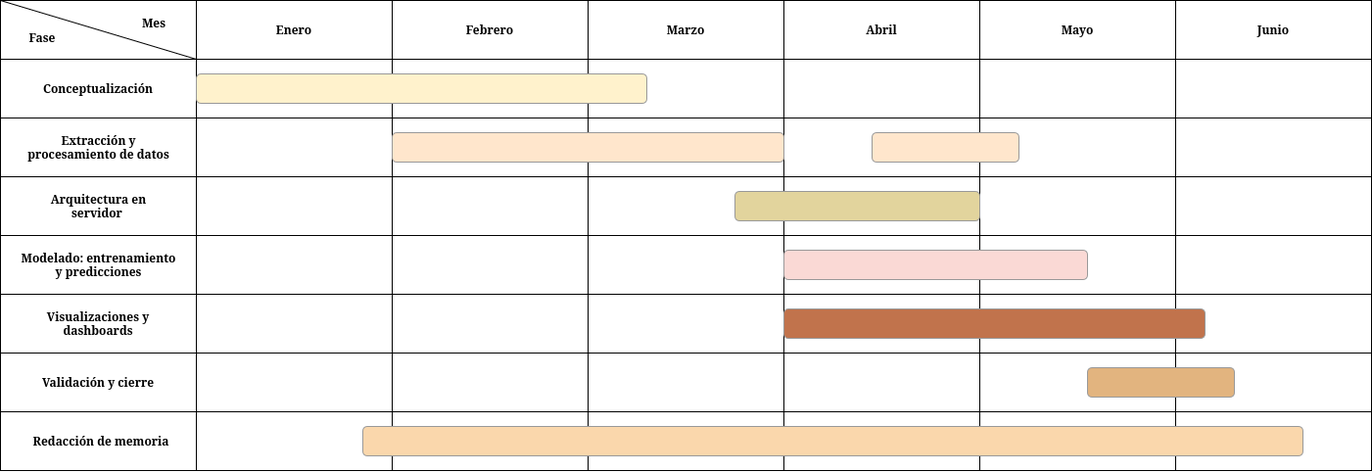
Above: memoria/img/[implem]diagrama_gantt.png in PPardodatasc/PPG-TFG-URJC (draw.io), before the change. Source tidied: cells renumbered, new cells last; positions are measured from the earlier drawing's top-left corner, leaving out a move shared by most shapes. Source of this version:
```xml
<mxGraphModel>
  <root>
    <mxCell id="0" />
    <mxCell id="1" parent="0" />
    <mxCell id="2" style="rounded=0;whiteSpace=wrap;html=1;fontFamily=Lucida Console;" parent="1" vertex="1">
      <mxGeometry y="60" width="200" height="60" as="geometry" />
    </mxCell>
    <mxCell id="3" style="rounded=0;whiteSpace=wrap;html=1;fontFamily=Lucida Console;" parent="1" vertex="1">
      <mxGeometry y="120" width="200" height="60" as="geometry" />
    </mxCell>
    <mxCell id="4" style="rounded=0;whiteSpace=wrap;html=1;fontFamily=Lucida Console;" parent="1" vertex="1">
      <mxGeometry y="180" width="200" height="60" as="geometry" />
    </mxCell>
    <mxCell id="5" style="rounded=0;whiteSpace=wrap;html=1;fontFamily=Lucida Console;" parent="1" vertex="1">
      <mxGeometry y="240" width="200" height="60" as="geometry" />
    </mxCell>
    <mxCell id="6" value="Conceptualización" style="text;html=1;whiteSpace=wrap;strokeColor=none;fillColor=none;align=center;verticalAlign=middle;rounded=0;fontFamily=Lucida Console;fontStyle=1;" parent="1" vertex="1">
      <mxGeometry x="27" y="75" width="146" height="30" as="geometry" />
    </mxCell>
    <mxCell id="7" value="&lt;div&gt;Extracción y procesamiento de datos&lt;/div&gt;" style="text;html=1;whiteSpace=wrap;strokeColor=none;fillColor=none;align=center;verticalAlign=middle;rounded=0;fontFamily=Lucida Console;fontStyle=1;" parent="1" vertex="1">
      <mxGeometry x="23.5" y="135" width="153" height="30" as="geometry" />
    </mxCell>
    <mxCell id="8" value="&lt;div&gt;Arquitectura en servidor&amp;nbsp;&lt;/div&gt;" style="text;html=1;whiteSpace=wrap;strokeColor=none;fillColor=none;align=center;verticalAlign=middle;rounded=0;fontFamily=Lucida Console;fontStyle=1;" parent="1" vertex="1">
      <mxGeometry x="23.5" y="195" width="153" height="30" as="geometry" />
    </mxCell>
    <mxCell id="9" style="rounded=0;whiteSpace=wrap;html=1;fontFamily=Lucida Console;" parent="1" vertex="1">
      <mxGeometry y="300" width="200" height="60" as="geometry" />
    </mxCell>
    <mxCell id="10" style="rounded=0;whiteSpace=wrap;html=1;fontFamily=Lucida Console;" parent="1" vertex="1">
      <mxGeometry width="200" height="60" as="geometry" />
    </mxCell>
    <mxCell id="11" value="Enero" style="rounded=0;whiteSpace=wrap;html=1;fontFamily=Lucida Console;fontStyle=1;" parent="1" vertex="1">
      <mxGeometry x="200" width="200" height="60" as="geometry" />
    </mxCell>
    <mxCell id="12" value="Febrero" style="rounded=0;whiteSpace=wrap;html=1;fontFamily=Lucida Console;fontStyle=1;" parent="1" vertex="1">
      <mxGeometry x="400" width="200" height="60" as="geometry" />
    </mxCell>
    <mxCell id="13" value="Marzo" style="rounded=0;whiteSpace=wrap;html=1;fontFamily=Lucida Console;fontStyle=1;" parent="1" vertex="1">
      <mxGeometry x="600" width="200" height="60" as="geometry" />
    </mxCell>
    <mxCell id="14" value="Abril" style="rounded=0;whiteSpace=wrap;html=1;fontFamily=Lucida Console;fontStyle=1;" parent="1" vertex="1">
      <mxGeometry x="800" width="200" height="60" as="geometry" />
    </mxCell>
    <mxCell id="15" value="Mayo" style="rounded=0;whiteSpace=wrap;html=1;fontFamily=Lucida Console;fontStyle=1;" parent="1" vertex="1">
      <mxGeometry x="1000" width="200" height="60" as="geometry" />
    </mxCell>
    <mxCell id="16" value="Junio" style="rounded=0;whiteSpace=wrap;html=1;fontFamily=Lucida Console;fontStyle=1;" parent="1" vertex="1">
      <mxGeometry x="1200" width="200" height="60" as="geometry" />
    </mxCell>
    <mxCell id="17" style="endArrow=none;html=1;rounded=0;exitX=0;exitY=0;exitDx=0;exitDy=0;entryX=1;entryY=0;entryDx=0;entryDy=0;fontFamily=Lucida Console;" parent="1" edge="1" source="10" target="2">
      <mxGeometry relative="1" as="geometry" />
    </mxCell>
    <mxCell id="18" value="&lt;span&gt;Fase&lt;/span&gt;" style="text;html=1;whiteSpace=wrap;strokeColor=none;fillColor=none;align=center;verticalAlign=middle;rounded=0;fontFamily=Lucida Console;fontStyle=1;" parent="1" vertex="1">
      <mxGeometry x="13" y="23" width="60" height="30" as="geometry" />
    </mxCell>
    <mxCell id="19" value="&lt;span&gt;Mes&lt;/span&gt;" style="text;html=1;whiteSpace=wrap;strokeColor=none;fillColor=none;align=center;verticalAlign=middle;rounded=0;fontFamily=Lucida Console;fontStyle=1;" parent="1" vertex="1">
      <mxGeometry x="127" y="8" width="60" height="30" as="geometry" />
    </mxCell>
    <mxCell id="20" style="rounded=0;whiteSpace=wrap;html=1;fontFamily=Lucida Console;" parent="1" vertex="1">
      <mxGeometry x="200" y="60" width="200" height="60" as="geometry" />
    </mxCell>
    <mxCell id="21" style="rounded=0;whiteSpace=wrap;html=1;fontFamily=Lucida Console;" parent="1" vertex="1">
      <mxGeometry x="200" y="120" width="200" height="60" as="geometry" />
    </mxCell>
    <mxCell id="22" style="rounded=0;whiteSpace=wrap;html=1;fontFamily=Lucida Console;" parent="1" vertex="1">
      <mxGeometry x="200" y="180" width="200" height="60" as="geometry" />
    </mxCell>
    <mxCell id="23" style="rounded=0;whiteSpace=wrap;html=1;fontFamily=Lucida Console;" parent="1" vertex="1">
      <mxGeometry x="200" y="240" width="200" height="60" as="geometry" />
    </mxCell>
    <mxCell id="24" style="rounded=0;whiteSpace=wrap;html=1;fontFamily=Lucida Console;" parent="1" vertex="1">
      <mxGeometry x="200" y="300" width="200" height="60" as="geometry" />
    </mxCell>
    <mxCell id="25" style="rounded=0;whiteSpace=wrap;html=1;fontFamily=Lucida Console;" parent="1" vertex="1">
      <mxGeometry x="400" y="60" width="200" height="60" as="geometry" />
    </mxCell>
    <mxCell id="26" style="rounded=0;whiteSpace=wrap;html=1;fontFamily=Lucida Console;" parent="1" vertex="1">
      <mxGeometry x="400" y="120" width="200" height="60" as="geometry" />
    </mxCell>
    <mxCell id="27" style="rounded=0;whiteSpace=wrap;html=1;fontFamily=Lucida Console;" parent="1" vertex="1">
      <mxGeometry x="400" y="180" width="200" height="60" as="geometry" />
    </mxCell>
    <mxCell id="28" style="rounded=0;whiteSpace=wrap;html=1;fontFamily=Lucida Console;" parent="1" vertex="1">
      <mxGeometry x="400" y="240" width="200" height="60" as="geometry" />
    </mxCell>
    <mxCell id="29" style="rounded=0;whiteSpace=wrap;html=1;fontFamily=Lucida Console;" parent="1" vertex="1">
      <mxGeometry x="400" y="300" width="200" height="60" as="geometry" />
    </mxCell>
    <mxCell id="30" style="rounded=0;whiteSpace=wrap;html=1;fontFamily=Lucida Console;" parent="1" vertex="1">
      <mxGeometry x="600" y="60" width="200" height="60" as="geometry" />
    </mxCell>
    <mxCell id="31" style="rounded=0;whiteSpace=wrap;html=1;fontFamily=Lucida Console;" parent="1" vertex="1">
      <mxGeometry x="600" y="120" width="200" height="60" as="geometry" />
    </mxCell>
    <mxCell id="32" style="rounded=0;whiteSpace=wrap;html=1;fontFamily=Lucida Console;" parent="1" vertex="1">
      <mxGeometry x="600" y="180" width="200" height="60" as="geometry" />
    </mxCell>
    <mxCell id="33" style="rounded=0;whiteSpace=wrap;html=1;fontFamily=Lucida Console;" parent="1" vertex="1">
      <mxGeometry x="600" y="240" width="200" height="60" as="geometry" />
    </mxCell>
    <mxCell id="34" style="rounded=0;whiteSpace=wrap;html=1;fontFamily=Lucida Console;" parent="1" vertex="1">
      <mxGeometry x="600" y="300" width="200" height="60" as="geometry" />
    </mxCell>
    <mxCell id="35" style="rounded=0;whiteSpace=wrap;html=1;fontFamily=Lucida Console;" parent="1" vertex="1">
      <mxGeometry x="800" y="60" width="200" height="60" as="geometry" />
    </mxCell>
    <mxCell id="36" style="rounded=0;whiteSpace=wrap;html=1;fontFamily=Lucida Console;" parent="1" vertex="1">
      <mxGeometry x="800" y="120" width="200" height="60" as="geometry" />
    </mxCell>
    <mxCell id="37" style="rounded=0;whiteSpace=wrap;html=1;fontFamily=Lucida Console;" parent="1" vertex="1">
      <mxGeometry x="800" y="180" width="200" height="60" as="geometry" />
    </mxCell>
    <mxCell id="38" style="rounded=0;whiteSpace=wrap;html=1;fontFamily=Lucida Console;" parent="1" vertex="1">
      <mxGeometry x="800" y="240" width="200" height="60" as="geometry" />
    </mxCell>
    <mxCell id="39" style="rounded=0;whiteSpace=wrap;html=1;fontFamily=Lucida Console;" parent="1" vertex="1">
      <mxGeometry x="800" y="300" width="200" height="60" as="geometry" />
    </mxCell>
    <mxCell id="40" style="rounded=0;whiteSpace=wrap;html=1;fontFamily=Lucida Console;" parent="1" vertex="1">
      <mxGeometry x="1000" y="60" width="200" height="60" as="geometry" />
    </mxCell>
    <mxCell id="41" style="rounded=0;whiteSpace=wrap;html=1;fontFamily=Lucida Console;" parent="1" vertex="1">
      <mxGeometry x="1000" y="120" width="200" height="60" as="geometry" />
    </mxCell>
    <mxCell id="42" style="rounded=0;whiteSpace=wrap;html=1;fontFamily=Lucida Console;" parent="1" vertex="1">
      <mxGeometry x="1000" y="180" width="200" height="60" as="geometry" />
    </mxCell>
    <mxCell id="43" style="rounded=0;whiteSpace=wrap;html=1;fontFamily=Lucida Console;" parent="1" vertex="1">
      <mxGeometry x="1000" y="240" width="200" height="60" as="geometry" />
    </mxCell>
    <mxCell id="44" style="rounded=0;whiteSpace=wrap;html=1;fontFamily=Lucida Console;" parent="1" vertex="1">
      <mxGeometry x="1000" y="300" width="200" height="60" as="geometry" />
    </mxCell>
    <mxCell id="45" style="rounded=0;whiteSpace=wrap;html=1;fontFamily=Lucida Console;" parent="1" vertex="1">
      <mxGeometry x="1200" y="60" width="200" height="60" as="geometry" />
    </mxCell>
    <mxCell id="46" style="rounded=0;whiteSpace=wrap;html=1;fontFamily=Lucida Console;" parent="1" vertex="1">
      <mxGeometry x="1200" y="120" width="200" height="60" as="geometry" />
    </mxCell>
    <mxCell id="47" style="rounded=0;whiteSpace=wrap;html=1;fontFamily=Lucida Console;" parent="1" vertex="1">
      <mxGeometry x="1200" y="180" width="200" height="60" as="geometry" />
    </mxCell>
    <mxCell id="48" style="rounded=0;whiteSpace=wrap;html=1;fontFamily=Lucida Console;" parent="1" vertex="1">
      <mxGeometry x="1200" y="240" width="200" height="60" as="geometry" />
    </mxCell>
    <mxCell id="49" style="rounded=0;whiteSpace=wrap;html=1;fontFamily=Lucida Console;" parent="1" vertex="1">
      <mxGeometry x="1200" y="300" width="200" height="60" as="geometry" />
    </mxCell>
    <mxCell id="50" style="rounded=0;whiteSpace=wrap;html=1;fontFamily=Lucida Console;" parent="1" vertex="1">
      <mxGeometry y="360" width="200" height="60" as="geometry" />
    </mxCell>
    <mxCell id="51" style="rounded=0;whiteSpace=wrap;html=1;fontFamily=Lucida Console;" parent="1" vertex="1">
      <mxGeometry x="200" y="360" width="200" height="60" as="geometry" />
    </mxCell>
    <mxCell id="52" style="rounded=0;whiteSpace=wrap;html=1;fontFamily=Lucida Console;" parent="1" vertex="1">
      <mxGeometry x="400" y="360" width="200" height="60" as="geometry" />
    </mxCell>
    <mxCell id="53" style="rounded=0;whiteSpace=wrap;html=1;fontFamily=Lucida Console;" parent="1" vertex="1">
      <mxGeometry x="600" y="360" width="200" height="60" as="geometry" />
    </mxCell>
    <mxCell id="54" style="rounded=0;whiteSpace=wrap;html=1;fontFamily=Lucida Console;" parent="1" vertex="1">
      <mxGeometry x="800" y="360" width="200" height="60" as="geometry" />
    </mxCell>
    <mxCell id="55" style="rounded=0;whiteSpace=wrap;html=1;fontFamily=Lucida Console;" parent="1" vertex="1">
      <mxGeometry x="1000" y="360" width="200" height="60" as="geometry" />
    </mxCell>
    <mxCell id="56" style="rounded=0;whiteSpace=wrap;html=1;fontFamily=Lucida Console;" parent="1" vertex="1">
      <mxGeometry x="1200" y="360" width="200" height="60" as="geometry" />
    </mxCell>
    <mxCell id="57" style="rounded=0;whiteSpace=wrap;html=1;fontFamily=Lucida Console;" parent="1" vertex="1">
      <mxGeometry y="420" width="200" height="60" as="geometry" />
    </mxCell>
    <mxCell id="58" style="rounded=0;whiteSpace=wrap;html=1;fontFamily=Lucida Console;" parent="1" vertex="1">
      <mxGeometry x="200" y="420" width="200" height="60" as="geometry" />
    </mxCell>
    <mxCell id="59" style="rounded=0;whiteSpace=wrap;html=1;fontFamily=Lucida Console;" parent="1" vertex="1">
      <mxGeometry x="400" y="420" width="200" height="60" as="geometry" />
    </mxCell>
    <mxCell id="60" style="rounded=0;whiteSpace=wrap;html=1;fontFamily=Lucida Console;" parent="1" vertex="1">
      <mxGeometry x="600" y="420" width="200" height="60" as="geometry" />
    </mxCell>
    <mxCell id="61" style="rounded=0;whiteSpace=wrap;html=1;fontFamily=Lucida Console;" parent="1" vertex="1">
      <mxGeometry x="800" y="420" width="200" height="60" as="geometry" />
    </mxCell>
    <mxCell id="62" style="rounded=0;whiteSpace=wrap;html=1;fontFamily=Lucida Console;" parent="1" vertex="1">
      <mxGeometry x="1000" y="420" width="200" height="60" as="geometry" />
    </mxCell>
    <mxCell id="63" style="rounded=0;whiteSpace=wrap;html=1;fontFamily=Lucida Console;" parent="1" vertex="1">
      <mxGeometry x="1200" y="420" width="200" height="60" as="geometry" />
    </mxCell>
    <mxCell id="64" value="Redacción de memoria" style="text;html=1;whiteSpace=wrap;strokeColor=none;fillColor=none;align=center;verticalAlign=middle;rounded=0;fontFamily=Lucida Console;fontStyle=1;" parent="1" vertex="1">
      <mxGeometry x="30" y="435" width="146" height="30" as="geometry" />
    </mxCell>
    <mxCell id="65" value="Modelado: entrenamiento y predicciones" style="text;html=1;whiteSpace=wrap;strokeColor=none;fillColor=none;align=center;verticalAlign=middle;rounded=0;fontFamily=Lucida Console;fontStyle=1;" parent="1" vertex="1">
      <mxGeometry x="18.5" y="255" width="163" height="30" as="geometry" />
    </mxCell>
    <mxCell id="66" value="Validación y cierre" style="text;html=1;whiteSpace=wrap;strokeColor=none;fillColor=none;align=center;verticalAlign=middle;rounded=0;fontFamily=Lucida Console;fontStyle=1;" parent="1" vertex="1">
      <mxGeometry x="27" y="375" width="146" height="30" as="geometry" />
    </mxCell>
    <mxCell id="67" value="Visualizaciones y dashboards" style="text;html=1;whiteSpace=wrap;strokeColor=none;fillColor=none;align=center;verticalAlign=middle;rounded=0;fontFamily=Lucida Console;fontStyle=1;" parent="1" vertex="1">
      <mxGeometry x="27" y="315" width="146" height="30" as="geometry" />
    </mxCell>
    <mxCell id="68" style="rounded=1;whiteSpace=wrap;html=1;fillColor=#fff2cc;strokeColor=light-dark(#999999,#6D5100);" parent="1" vertex="1">
      <mxGeometry x="200" y="75" width="460" height="30" as="geometry" />
    </mxCell>
    <mxCell id="69" style="rounded=1;whiteSpace=wrap;html=1;fillColor=#ffe6cc;strokeColor=light-dark(#999999,#996500);" parent="1" vertex="1">
      <mxGeometry x="400" y="135" width="400" height="30" as="geometry" />
    </mxCell>
    <mxCell id="70" style="rounded=1;whiteSpace=wrap;html=1;fillColor=#E2D49D;strokeColor=#999999;" parent="1" vertex="1">
      <mxGeometry x="750" y="195" width="250" height="30" as="geometry" />
    </mxCell>
    <mxCell id="71" style="rounded=1;whiteSpace=wrap;html=1;fillColor=#fad9d5;strokeColor=#999999;" parent="1" vertex="1">
      <mxGeometry x="800" y="255" width="310" height="30" as="geometry" />
    </mxCell>
    <mxCell id="72" style="rounded=1;whiteSpace=wrap;html=1;fillColor=#C1734C;strokeColor=#999999;gradientColor=none;" parent="1" vertex="1">
      <mxGeometry x="800" y="315" width="430" height="30" as="geometry" />
    </mxCell>
    <mxCell id="73" style="rounded=1;whiteSpace=wrap;html=1;fillColor=#E2B47F;strokeColor=#999999;" parent="1" vertex="1">
      <mxGeometry x="1110" y="375" width="150" height="30" as="geometry" />
    </mxCell>
    <mxCell id="74" style="rounded=1;whiteSpace=wrap;html=1;fillColor=#ffe6cc;strokeColor=light-dark(#999999,#996500);" parent="1" vertex="1">
      <mxGeometry x="890" y="135" width="150" height="30" as="geometry" />
    </mxCell>
    <mxCell id="75" style="rounded=1;whiteSpace=wrap;html=1;fillColor=#fad7ac;strokeColor=#999999;" parent="1" vertex="1">
      <mxGeometry x="370" y="435" width="960" height="30" as="geometry" />
    </mxCell>
  </root>
</mxGraphModel>
```
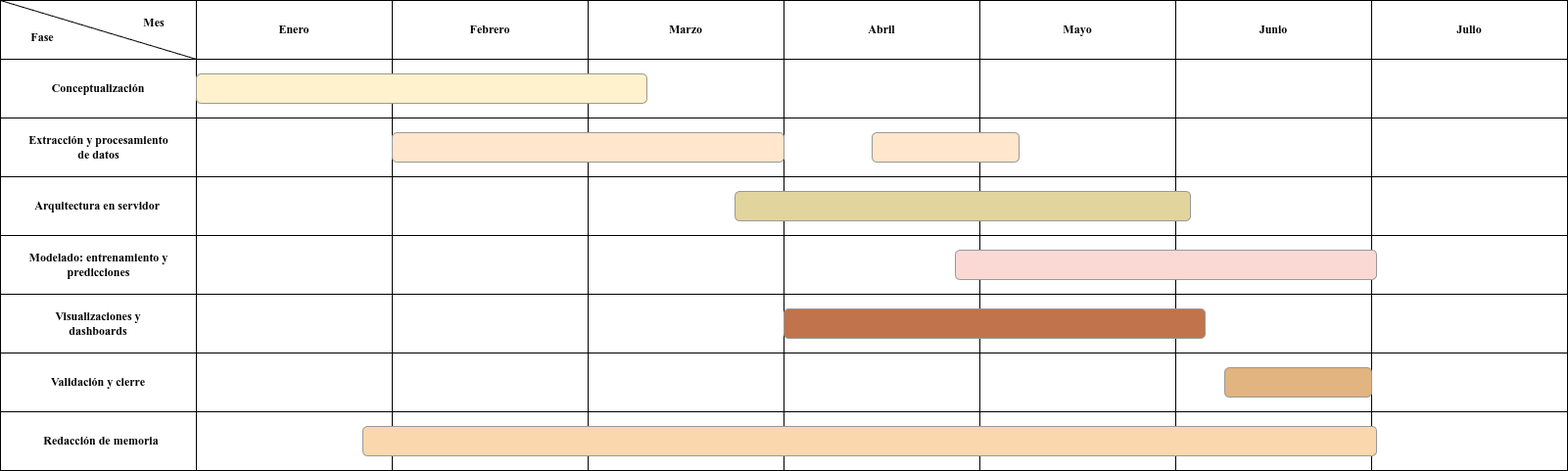
The same diagram one commit later.

Diff of the diagram source:
```diff
@@ -2,6 +2,27 @@
   <root>
     <mxCell id="0" />
     <mxCell id="1" parent="0" />
+    <mxCell id="76" style="rounded=0;whiteSpace=wrap;html=1;fontFamily=Lucida Console;" parent="1" vertex="1">
+      <mxGeometry x="1400" y="60" width="200" height="60" as="geometry" />
+    </mxCell>
+    <mxCell id="77" style="rounded=0;whiteSpace=wrap;html=1;fontFamily=Lucida Console;" parent="1" vertex="1">
+      <mxGeometry x="1400" y="120" width="200" height="60" as="geometry" />
+    </mxCell>
+    <mxCell id="78" style="rounded=0;whiteSpace=wrap;html=1;fontFamily=Lucida Console;" parent="1" vertex="1">
+      <mxGeometry x="1400" y="180" width="200" height="60" as="geometry" />
+    </mxCell>
+    <mxCell id="79" style="rounded=0;whiteSpace=wrap;html=1;fontFamily=Lucida Console;" parent="1" vertex="1">
+      <mxGeometry x="1400" y="240" width="200" height="60" as="geometry" />
+    </mxCell>
+    <mxCell id="80" style="rounded=0;whiteSpace=wrap;html=1;fontFamily=Lucida Console;" parent="1" vertex="1">
+      <mxGeometry x="1400" y="300" width="200" height="60" as="geometry" />
+    </mxCell>
+    <mxCell id="81" style="rounded=0;whiteSpace=wrap;html=1;fontFamily=Lucida Console;" parent="1" vertex="1">
+      <mxGeometry x="1400" y="360" width="200" height="60" as="geometry" />
+    </mxCell>
+    <mxCell id="82" style="rounded=0;whiteSpace=wrap;html=1;fontFamily=Lucida Console;" parent="1" vertex="1">
+      <mxGeometry x="1400" y="420" width="200" height="60" as="geometry" />
+    </mxCell>
     <mxCell id="2" style="rounded=0;whiteSpace=wrap;html=1;fontFamily=Lucida Console;" parent="1" vertex="1">
       <mxGeometry y="60" width="200" height="60" as="geometry" />
     </mxCell>
@@ -207,22 +228,25 @@
       <mxGeometry x="400" y="135" width="400" height="30" as="geometry" />
     </mxCell>
     <mxCell id="70" style="rounded=1;whiteSpace=wrap;html=1;fillColor=#E2D49D;strokeColor=#999999;" parent="1" vertex="1">
-      <mxGeometry x="750" y="195" width="250" height="30" as="geometry" />
+      <mxGeometry x="750" y="195" width="465" height="30" as="geometry" />
     </mxCell>
     <mxCell id="71" style="rounded=1;whiteSpace=wrap;html=1;fillColor=#fad9d5;strokeColor=#999999;" parent="1" vertex="1">
-      <mxGeometry x="800" y="255" width="310" height="30" as="geometry" />
+      <mxGeometry x="975" y="255" width="430" height="30" as="geometry" />
     </mxCell>
     <mxCell id="72" style="rounded=1;whiteSpace=wrap;html=1;fillColor=#C1734C;strokeColor=#999999;gradientColor=none;" parent="1" vertex="1">
       <mxGeometry x="800" y="315" width="430" height="30" as="geometry" />
     </mxCell>
     <mxCell id="73" style="rounded=1;whiteSpace=wrap;html=1;fillColor=#E2B47F;strokeColor=#999999;" parent="1" vertex="1">
-      <mxGeometry x="1110" y="375" width="150" height="30" as="geometry" />
+      <mxGeometry x="1250" y="375" width="150" height="30" as="geometry" />
     </mxCell>
     <mxCell id="74" style="rounded=1;whiteSpace=wrap;html=1;fillColor=#ffe6cc;strokeColor=light-dark(#999999,#996500);" parent="1" vertex="1">
       <mxGeometry x="890" y="135" width="150" height="30" as="geometry" />
     </mxCell>
     <mxCell id="75" style="rounded=1;whiteSpace=wrap;html=1;fillColor=#fad7ac;strokeColor=#999999;" parent="1" vertex="1">
-      <mxGeometry x="370" y="435" width="960" height="30" as="geometry" />
+      <mxGeometry x="370" y="435" width="1035" height="30" as="geometry" />
     </mxCell>
+    <mxCell id="83" value="Julio" style="rounded=0;whiteSpace=wrap;html=1;fontFamily=Lucida Console;fontStyle=1;" parent="1" vertex="1">
+      <mxGeometry x="1400" width="200" height="60" as="geometry" />
+    </mxCell>
   </root>
 </mxGraphModel>
```
